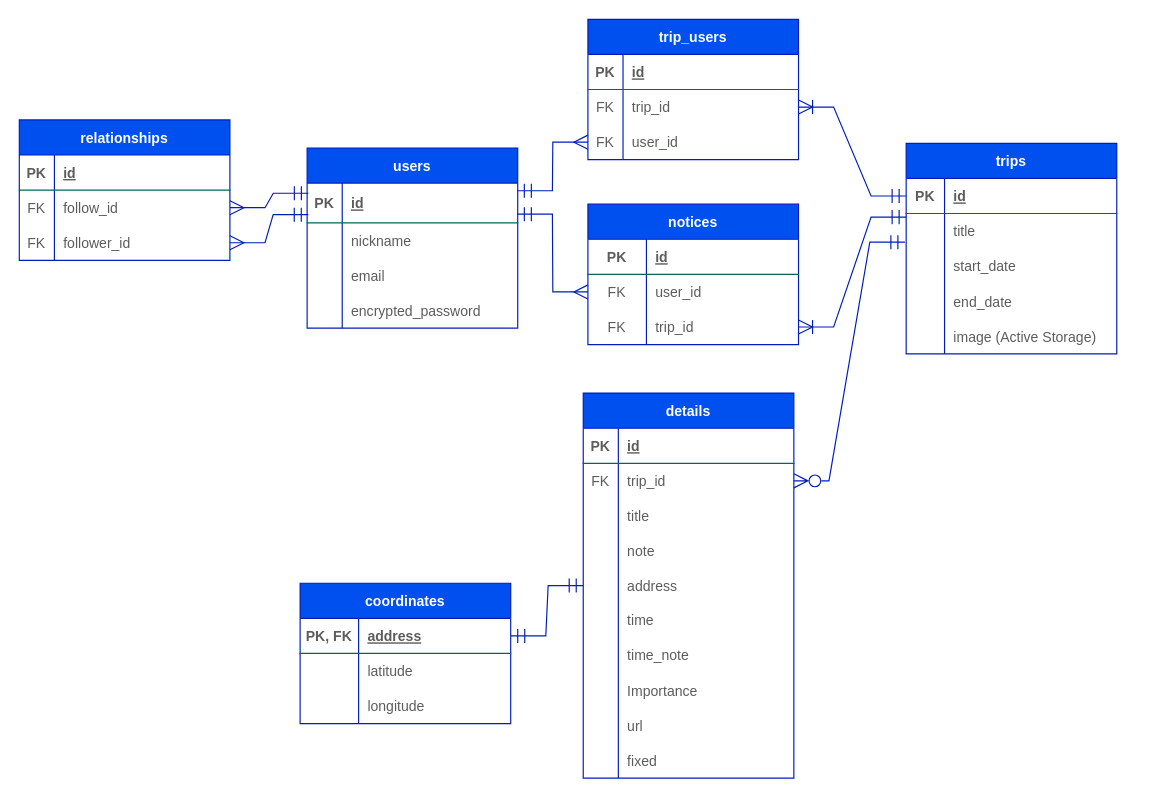
Above: .dio in satomi46/trip_maker (draw.io), before the change. Source tidied: cells renumbered, new cells numbered last; positions are measured from the earlier drawing's top-left corner, leaving out a move shared by most shapes. Both pictures are drawn from the tidied source at 117%, with x=0, y=0 at pixel (19, 19).
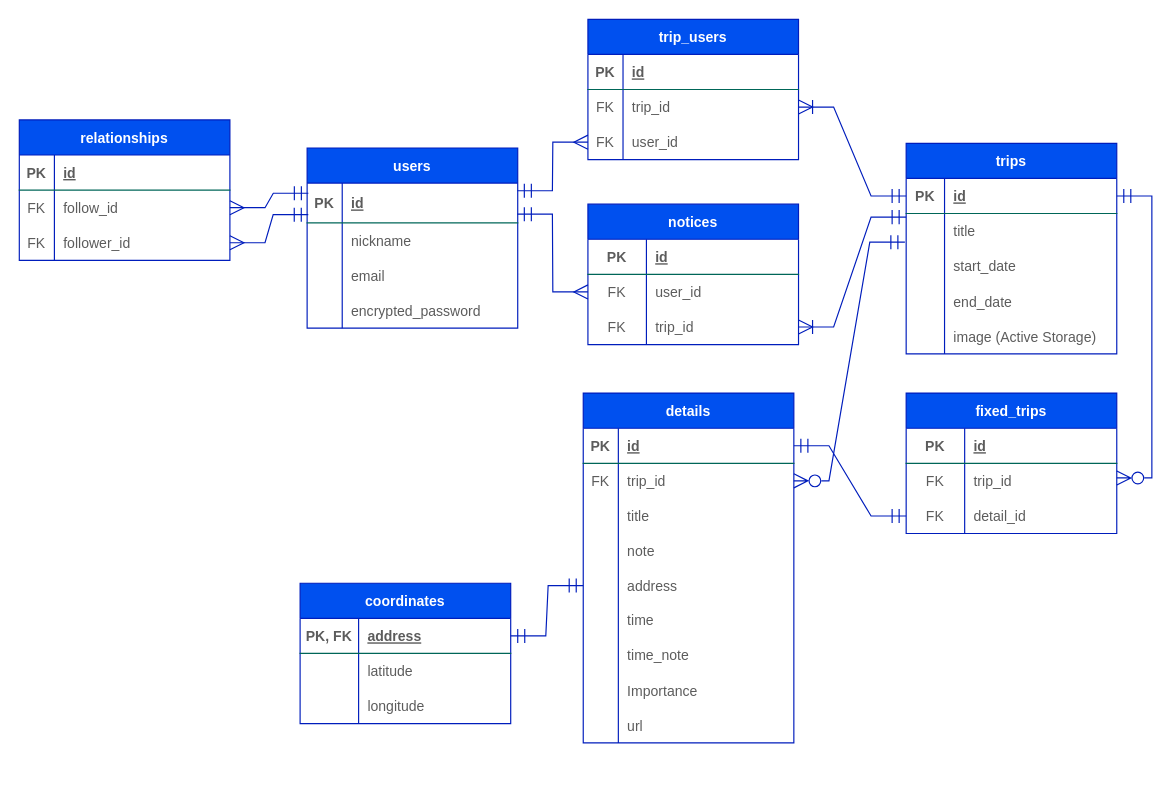
After the change.

Commit message (it also covers changes not shown here):
fixed_tripsモデルの作成、アソシエーションの定義、ER図の変更

The change refers to these unchanged cells:
```xml
<mxCell id="16" style="shape=tableRow;horizontal=0;startSize=0;swimlaneHead=0;swimlaneBody=0;fillColor=none;points=[[0,0.5],[1,0.5]];portConstraint=eastwest;top=0;left=0;right=0;bottom=1;rounded=0;strokeColor=#006658;fontColor=#5C5C5C;" parent="15" vertex="1">
  <mxGeometry y="30" width="180" height="30" as="geometry" />
</mxCell>
<mxCell id="32" style="shape=tableRow;horizontal=0;startSize=0;swimlaneHead=0;swimlaneBody=0;fillColor=none;points=[[0,0.5],[1,0.5]];portConstraint=eastwest;top=0;left=0;right=0;bottom=1;rounded=0;strokeColor=#006658;fontColor=#5C5C5C;" parent="31" vertex="1">
  <mxGeometry y="30" width="180" height="30" as="geometry" />
</mxCell>
```

The edit, as a diff of the source:
```diff
@@
     <mxCell id="31" value="details" style="shape=table;startSize=30;childLayout=tableLayout;rowLines=0;fontStyle=1;align=center;rounded=0;fillColor=#0050ef;strokeColor=#001DBC;fontColor=#ffffff;fixDash=0;" parent="1" vertex="1">
-      <mxGeometry x="482" y="319.5" width="180" height="329" as="geometry" />
+      <mxGeometry x="482" y="319.5" width="180" height="299" as="geometry" />
     </mxCell>
@@
-    <mxCell id="59" style="shape=tableRow;horizontal=0;startSize=0;swimlaneHead=0;swimlaneBody=0;fillColor=none;top=0;left=0;right=0;bottom=0;rounded=0;strokeColor=#006658;fontColor=#5C5C5C;" parent="31" vertex="1">
-      <mxGeometry y="299" width="180" height="30" as="geometry" />
-    </mxCell>
-    <mxCell id="60" style="shape=partialRectangle;fillColor=none;top=0;left=0;bottom=0;right=0;overflow=hidden;rounded=0;strokeColor=#006658;fontColor=#5C5C5C;" parent="59" vertex="1">
-      <mxGeometry width="30" height="30" as="geometry" />
-    </mxCell>
-    <mxCell id="61" value="fixed" style="shape=partialRectangle;fillColor=none;top=0;left=0;bottom=0;right=0;align=left;spacingLeft=6;overflow=hidden;rounded=0;strokeColor=#006658;fontColor=#5C5C5C;" parent="59" vertex="1">
-      <mxGeometry x="30" width="150" height="30" as="geometry" />
-    </mxCell>
@@
+    <mxCell id="110" value="fixed_trips" style="shape=table;startSize=30;childLayout=tableLayout;rowLines=0;fontStyle=1;align=center;rounded=0;fillColor=#0050ef;strokeColor=#001DBC;fontColor=#ffffff;fixDash=0;" parent="1" vertex="1">
+      <mxGeometry x="758" y="319.5" width="180" height="120" as="geometry" />
+    </mxCell>
+    <mxCell id="111" style="shape=tableRow;horizontal=0;startSize=0;swimlaneHead=0;swimlaneBody=0;fillColor=none;top=0;left=0;right=0;bottom=1;rounded=0;strokeColor=#006658;fontColor=#5C5C5C;" parent="110" vertex="1">
+      <mxGeometry y="30" width="180" height="30" as="geometry" />
+    </mxCell>
+    <mxCell id="112" value="PK" style="shape=partialRectangle;fillColor=none;top=0;left=0;bottom=0;right=0;fontStyle=1;overflow=hidden;rounded=0;strokeColor=#006658;fontColor=#5C5C5C;" parent="111" vertex="1">
+      <mxGeometry width="50" height="30" as="geometry" />
+    </mxCell>
+    <mxCell id="113" value="id" style="shape=partialRectangle;fillColor=none;top=0;left=0;bottom=0;right=0;align=left;spacingLeft=6;fontStyle=5;overflow=hidden;rounded=0;strokeColor=#006658;fontColor=#5C5C5C;" parent="111" vertex="1">
+      <mxGeometry x="50" width="130" height="30" as="geometry" />
+    </mxCell>
+    <mxCell id="114" style="shape=tableRow;horizontal=0;startSize=0;swimlaneHead=0;swimlaneBody=0;fillColor=none;top=0;left=0;right=0;bottom=0;rounded=0;strokeColor=#006658;fontColor=#5C5C5C;" parent="110" vertex="1">
+      <mxGeometry y="60" width="180" height="30" as="geometry" />
+    </mxCell>
+    <mxCell id="115" value="FK" style="shape=partialRectangle;fillColor=none;top=0;left=0;bottom=0;right=0;overflow=hidden;rounded=0;strokeColor=#006658;fontColor=#5C5C5C;" parent="114" vertex="1">
+      <mxGeometry width="50" height="30" as="geometry" />
+    </mxCell>
+    <mxCell id="116" value="trip_id" style="shape=partialRectangle;fillColor=none;top=0;left=0;bottom=0;right=0;align=left;spacingLeft=6;overflow=hidden;rounded=0;strokeColor=#006658;fontColor=#5C5C5C;" parent="114" vertex="1">
+      <mxGeometry x="50" width="130" height="30" as="geometry" />
+    </mxCell>
+    <mxCell id="117" style="shape=tableRow;horizontal=0;startSize=0;swimlaneHead=0;swimlaneBody=0;fillColor=none;points=[[0,0.5],[1,0.5]];portConstraint=eastwest;top=0;left=0;right=0;bottom=0;rounded=0;strokeColor=#006658;fontColor=#5C5C5C;" parent="110" vertex="1">
+      <mxGeometry y="90" width="180" height="30" as="geometry" />
+    </mxCell>
+    <mxCell id="118" value="FK" style="shape=partialRectangle;fillColor=none;top=0;left=0;bottom=0;right=0;overflow=hidden;rounded=0;strokeColor=#006658;fontColor=#5C5C5C;" parent="117" vertex="1">
+      <mxGeometry width="50" height="30" as="geometry" />
+    </mxCell>
+    <mxCell id="119" value="detail_id" style="shape=partialRectangle;fillColor=none;top=0;left=0;bottom=0;right=0;align=left;spacingLeft=6;overflow=hidden;rounded=0;strokeColor=#006658;fontColor=#5C5C5C;" parent="117" vertex="1">
+      <mxGeometry x="50" width="130" height="30" as="geometry" />
+    </mxCell>
+    <mxCell id="120" style="edgeStyle=entityRelationEdgeStyle;rounded=0;jettySize=auto;html=1;exitX=0;exitY=0.5;exitDx=0;exitDy=0;entryX=1;entryY=0.5;entryDx=0;entryDy=0;startSize=10;endSize=10;targetPerimeterSpacing=0;startArrow=ERmandOne;startFill=0;endArrow=ERmandOne;endFill=0;strokeColor=#001DBC;fontColor=#ffffff;fillColor=#0050ef;fixDash=0;snapToPoint=0;fontSize=12;fontStyle=1;" parent="1" edge="1" source="117" target="32">
+      <mxGeometry relative="1" as="geometry" />
+    </mxCell>
+    <mxCell id="121" style="edgeStyle=entityRelationEdgeStyle;fontSize=12;html=1;endArrow=ERmandOne;startArrow=ERzeroToMany;rounded=0;exitX=1;exitY=0.5;exitDx=0;exitDy=0;endSize=10;startSize=10;targetPerimeterSpacing=0;strokeColor=#001DBC;fontColor=#ffffff;fillColor=#0050ef;fixDash=0;snapToPoint=0;fontStyle=1;entryX=1;entryY=0.5;entryDx=0;entryDy=0;endFill=0;startFill=0;" parent="1" edge="1" target="16">
+      <mxGeometry relative="1" as="geometry">
+        <mxPoint x="938" y="392" as="sourcePoint" />
+      </mxGeometry>
+    </mxCell>
```
